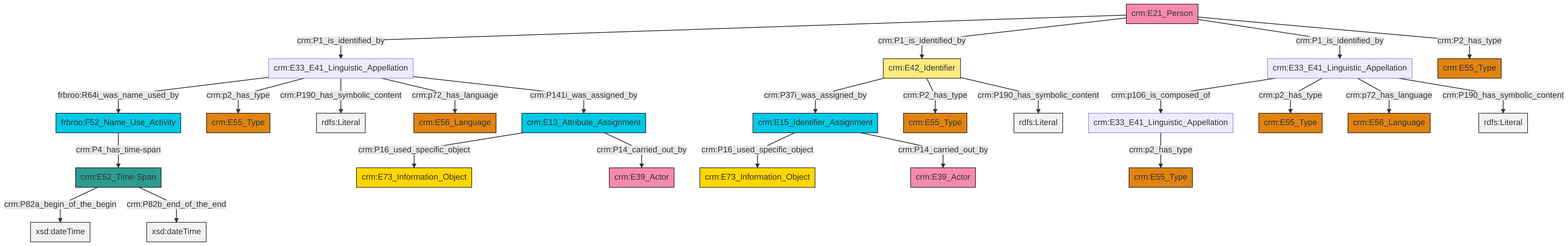
Earlier version of the Mermaid export et/personCSV/ttl/mmd/png/Person_Names_and_Classification.png (swiss-art-research-net/reference-data-models). Its source is kept beside it as et/personCSV/ttl/mmd/Person_Names_and_Classification.ttl.mmd.
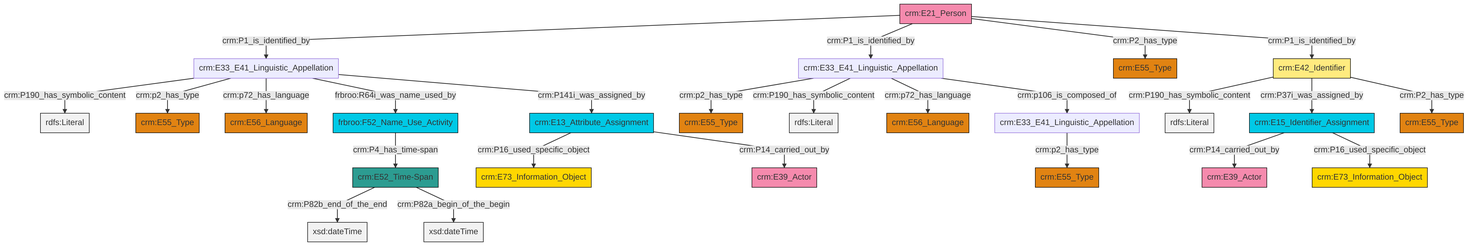
After the commit.

What changed in the source:
```diff
@@ -13,27 +13,27 @@
 classDef PC_Classes fill:#4ce600, stroke:#000000;
 classDef Multi fill:#cccccc,stroke:#000000;
 
-0["crm:E21_Person"]:::Actor -->|crm:P1_is_identified_by| 1["crm:E33_E41_Linguistic_Appellation"]:::Default
-0["crm:E21_Person"]:::Actor -->|crm:P1_is_identified_by| 2["crm:E42_Identifier"]:::Appellation
-5["crm:E13_Attribute_Assignment"]:::Temporal_Entity -->|crm:P16_used_specific_object| 6["crm:E73_Information_Object"]:::Conceptual_Object
-1["crm:E33_E41_Linguistic_Appellation"]:::Default -->|frbroo:R64i_was_name_used_by| 7["frbroo:F52_Name_Use_Activity"]:::Temporal_Entity
-2["crm:E42_Identifier"]:::Appellation -->|crm:P37i_was_assigned_by| 8["crm:E15_Identifier_Assignment"]:::Temporal_Entity
-2["crm:E42_Identifier"]:::Appellation -->|crm:P2_has_type| 13["crm:E55_Type"]:::Type
-14["crm:E33_E41_Linguistic_Appellation"]:::Default -->|crm:p106_is_composed_of| 9["crm:E33_E41_Linguistic_Appellation"]:::Default
-5["crm:E13_Attribute_Assignment"]:::Temporal_Entity -->|crm:P14_carried_out_by| 15["crm:E39_Actor"]:::Actor
-0["crm:E21_Person"]:::Actor -->|crm:P1_is_identified_by| 14["crm:E33_E41_Linguistic_Appellation"]:::Default
-1["crm:E33_E41_Linguistic_Appellation"]:::Default -->|crm:p2_has_type| 17["crm:E55_Type"]:::Type
-1["crm:E33_E41_Linguistic_Appellation"]:::Default -->|crm:P190_has_symbolic_content| 19[rdfs:Literal]:::Literal
-1["crm:E33_E41_Linguistic_Appellation"]:::Default -->|crm:p72_has_language| 20["crm:E56_Language"]:::Type
-14["crm:E33_E41_Linguistic_Appellation"]:::Default -->|crm:p2_has_type| 25["crm:E55_Type"]:::Type
-7["frbroo:F52_Name_Use_Activity"]:::Temporal_Entity -->|crm:P4_has_time-span| 26["crm:E52_Time-Span"]:::Time-Span
-14["crm:E33_E41_Linguistic_Appellation"]:::Default -->|crm:p72_has_language| 22["crm:E56_Language"]:::Type
-9["crm:E33_E41_Linguistic_Appellation"]:::Default -->|crm:p2_has_type| 27["crm:E55_Type"]:::Type
-8["crm:E15_Identifier_Assignment"]:::Temporal_Entity -->|crm:P16_used_specific_object| 3["crm:E73_Information_Object"]:::Conceptual_Object
-2["crm:E42_Identifier"]:::Appellation -->|crm:P190_has_symbolic_content| 31[rdfs:Literal]:::Literal
-14["crm:E33_E41_Linguistic_Appellation"]:::Default -->|crm:P190_has_symbolic_content| 32[rdfs:Literal]:::Literal
-8["crm:E15_Identifier_Assignment"]:::Temporal_Entity -->|crm:P14_carried_out_by| 11["crm:E39_Actor"]:::Actor
-26["crm:E52_Time-Span"]:::Time-Span -->|crm:P82a_begin_of_the_begin| 34[xsd:dateTime]:::Literal
-1["crm:E33_E41_Linguistic_Appellation"]:::Default -->|crm:P141i_was_assigned_by| 5["crm:E13_Attribute_Assignment"]:::Temporal_Entity
-26["crm:E52_Time-Span"]:::Time-Span -->|crm:P82b_end_of_the_end| 38[xsd:dateTime]:::Literal
-0["crm:E21_Person"]:::Actor -->|crm:P2_has_type| 39["crm:E55_Type"]:::Type
+2["crm:E33_E41_Linguistic_Appellation"]:::Default -->|crm:p2_has_type| 3["crm:E55_Type"]:::Type
+6["crm:E13_Attribute_Assignment"]:::Temporal_Entity -->|crm:P16_used_specific_object| 7["crm:E73_Information_Object"]:::Conceptual_Object
+2["crm:E33_E41_Linguistic_Appellation"]:::Default -->|crm:P190_has_symbolic_content| 19[rdfs:Literal]:::Literal
+17["frbroo:F52_Name_Use_Activity"]:::Temporal_Entity -->|crm:P4_has_time-span| 20["crm:E52_Time-Span"]:::Time-Span
+6["crm:E13_Attribute_Assignment"]:::Temporal_Entity -->|crm:P14_carried_out_by| 27["crm:E39_Actor"]:::Actor
+28["crm:E21_Person"]:::Actor -->|crm:P1_is_identified_by| 0["crm:E33_E41_Linguistic_Appellation"]:::Default
+0["crm:E33_E41_Linguistic_Appellation"]:::Default -->|crm:P190_has_symbolic_content| 29[rdfs:Literal]:::Literal
+0["crm:E33_E41_Linguistic_Appellation"]:::Default -->|crm:p2_has_type| 30["crm:E55_Type"]:::Type
+0["crm:E33_E41_Linguistic_Appellation"]:::Default -->|crm:p72_has_language| 31["crm:E56_Language"]:::Type
+33["crm:E42_Identifier"]:::Appellation -->|crm:P190_has_symbolic_content| 34[rdfs:Literal]:::Literal
+2["crm:E33_E41_Linguistic_Appellation"]:::Default -->|crm:p72_has_language| 24["crm:E56_Language"]:::Type
+20["crm:E52_Time-Span"]:::Time-Span -->|crm:P82b_end_of_the_end| 36[xsd:dateTime]:::Literal
+28["crm:E21_Person"]:::Actor -->|crm:P1_is_identified_by| 2["crm:E33_E41_Linguistic_Appellation"]:::Default
+28["crm:E21_Person"]:::Actor -->|crm:P2_has_type| 8["crm:E55_Type"]:::Type
+28["crm:E21_Person"]:::Actor -->|crm:P1_is_identified_by| 33["crm:E42_Identifier"]:::Appellation
+11["crm:E15_Identifier_Assignment"]:::Temporal_Entity -->|crm:P14_carried_out_by| 38["crm:E39_Actor"]:::Actor
+33["crm:E42_Identifier"]:::Appellation -->|crm:P37i_was_assigned_by| 11["crm:E15_Identifier_Assignment"]:::Temporal_Entity
+0["crm:E33_E41_Linguistic_Appellation"]:::Default -->|frbroo:R64i_was_name_used_by| 17["frbroo:F52_Name_Use_Activity"]:::Temporal_Entity
+11["crm:E15_Identifier_Assignment"]:::Temporal_Entity -->|crm:P16_used_specific_object| 22["crm:E73_Information_Object"]:::Conceptual_Object
+0["crm:E33_E41_Linguistic_Appellation"]:::Default -->|crm:P141i_was_assigned_by| 6["crm:E13_Attribute_Assignment"]:::Temporal_Entity
+2["crm:E33_E41_Linguistic_Appellation"]:::Default -->|crm:p106_is_composed_of| 4["crm:E33_E41_Linguistic_Appellation"]:::Default
+33["crm:E42_Identifier"]:::Appellation -->|crm:P2_has_type| 15["crm:E55_Type"]:::Type
+20["crm:E52_Time-Span"]:::Time-Span -->|crm:P82a_begin_of_the_begin| 45[xsd:dateTime]:::Literal
+4["crm:E33_E41_Linguistic_Appellation"]:::Default -->|crm:p2_has_type| 13["crm:E55_Type"]:::Type
```
